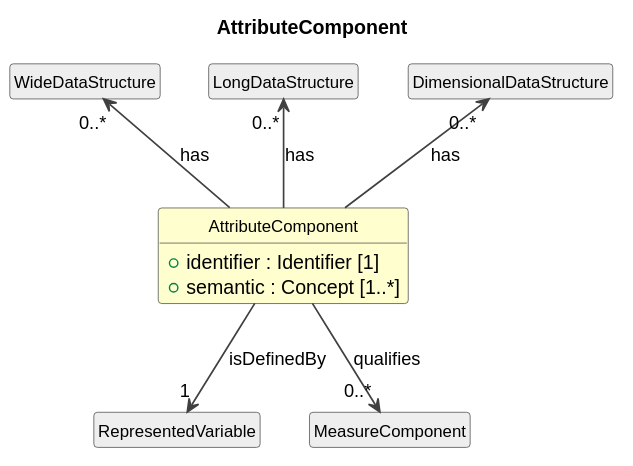
Before: cdif-uml-model/_plantuml/cdifDataStructure/Classes/AttributeComponent.svg, a diagram exported from PlantUML (Cross-Domain-Interoperability-Framework/metadataBuildingBlocks).
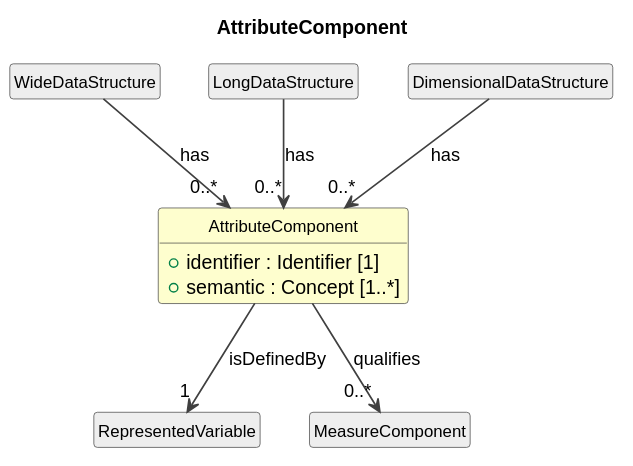
Later version of the same file.

The edit, as a diff of the source:
```diff
@@ -15,11 +15,11 @@
   +semantic : Concept [1..*]
 }
 class "WideDataStructure" as WideDataStructure #EEEEEE
-WideDataStructure "0..*" <-- AttributeComponent : has
+WideDataStructure --> "0..*" AttributeComponent : has
 class "LongDataStructure" as LongDataStructure #EEEEEE
-LongDataStructure "0..*" <-- AttributeComponent : has
+LongDataStructure --> "0..*" AttributeComponent : has
 class "DimensionalDataStructure" as DimensionalDataStructure #EEEEEE
-DimensionalDataStructure "0..*" <-- AttributeComponent : has
+DimensionalDataStructure --> "0..*" AttributeComponent : has
 class "RepresentedVariable" as RepresentedVariable #EEEEEE
 AttributeComponent --> "1" RepresentedVariable : isDefinedBy
 class "MeasureComponent" as MeasureComponent #EEEEEE
```
